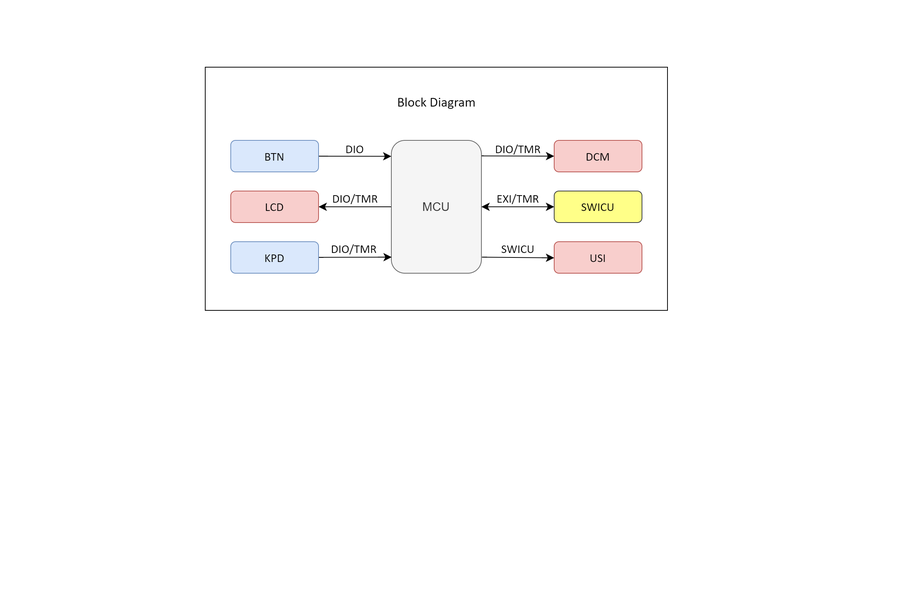
Earlier version of the draw.io export Documents/Diagrams/Block Diagram/Obstacle Avoidance Car - Block Diagram.png (AbdelrhmanWalaa/Obstacle-Avoidance-Car). Source tidied: cells renumbered, new cells last; positions are measured from the earlier drawing's top-left corner, leaving out a move shared by most shapes.
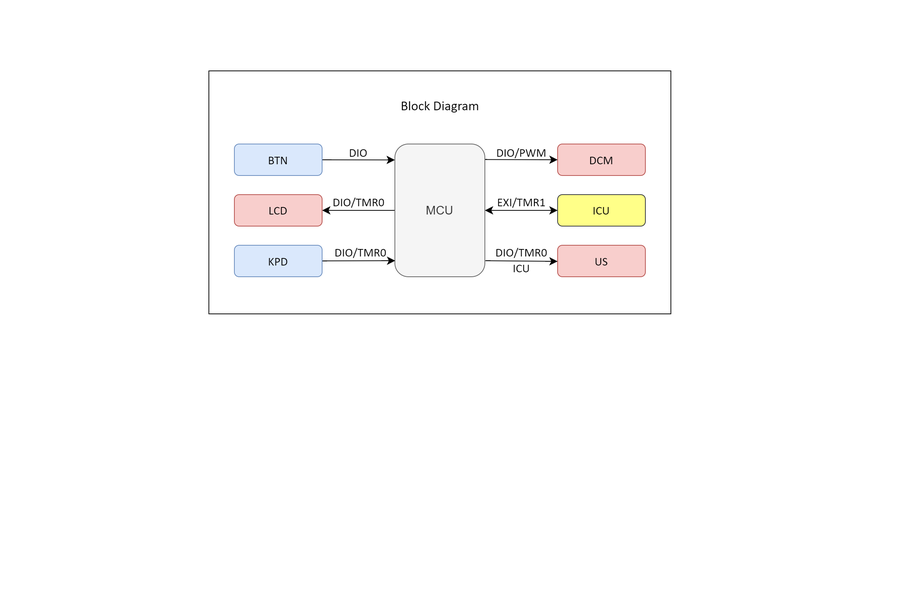
Later version of the same file.

What changed in the source:
```diff
@@ -29,7 +29,7 @@
     <mxCell id="10" value="&lt;font face=&quot;Calibri&quot;&gt;KPD&lt;/font&gt;" style="rounded=1;whiteSpace=wrap;html=1;fontSize=16;fillColor=#dae8fc;strokeColor=#6c8ebf;" parent="1" vertex="1">
       <mxGeometry x="34" y="232.5" width="117" height="42" as="geometry" />
     </mxCell>
-    <mxCell id="11" value="&lt;font face=&quot;Calibri&quot;&gt;SWICU&lt;/font&gt;" style="rounded=1;whiteSpace=wrap;html=1;fontSize=16;fillColor=#ffff88;strokeColor=#36393d;" parent="1" vertex="1">
+    <mxCell id="11" value="&lt;font face=&quot;Calibri&quot;&gt;ICU&lt;/font&gt;" style="rounded=1;whiteSpace=wrap;html=1;fontSize=16;fillColor=#ffff88;strokeColor=#36393d;" parent="1" vertex="1">
       <mxGeometry x="465" y="165" width="117" height="42" as="geometry" />
     </mxCell>
     <mxCell id="12" style="endArrow=classic;startArrow=classic;html=1;rounded=0;fontSize=12;startSize=8;endSize=8;curved=1;exitX=1;exitY=0.5;exitDx=0;exitDy=0;entryX=0;entryY=0.5;entryDx=0;entryDy=0;" parent="1" edge="1" source="4" target="11">
@@ -44,13 +44,13 @@
     <mxCell id="14" value="&lt;font face=&quot;Calibri&quot;&gt;LCD&lt;/font&gt;" style="rounded=1;whiteSpace=wrap;html=1;fontSize=16;fillColor=#f8cecc;strokeColor=#b85450;" parent="1" vertex="1">
       <mxGeometry x="34" y="165" width="117" height="42" as="geometry" />
     </mxCell>
-    <mxCell id="15" value="&lt;font face=&quot;Calibri&quot;&gt;DIO/TMR&lt;/font&gt;" style="text;html=1;strokeColor=none;fillColor=none;align=center;verticalAlign=middle;whiteSpace=wrap;rounded=0;fontSize=16;" parent="1" vertex="1">
+    <mxCell id="15" value="&lt;font face=&quot;Calibri&quot;&gt;DIO/TMR0&lt;/font&gt;" style="text;html=1;strokeColor=none;fillColor=none;align=center;verticalAlign=middle;whiteSpace=wrap;rounded=0;fontSize=16;" parent="1" vertex="1">
       <mxGeometry x="169.5" y="160" width="60" height="30" as="geometry" />
     </mxCell>
-    <mxCell id="16" value="&lt;span style=&quot;color: rgb(0, 0, 0); font-family: Calibri; font-size: 16px; font-style: normal; font-variant-ligatures: normal; font-variant-caps: normal; font-weight: 400; letter-spacing: normal; orphans: 2; text-align: center; text-indent: 0px; text-transform: none; widows: 2; word-spacing: 0px; -webkit-text-stroke-width: 0px; background-color: rgb(255, 255, 255); text-decoration-thickness: initial; text-decoration-style: initial; text-decoration-color: initial; float: none; display: inline !important;&quot;&gt;DIO/TMR&lt;/span&gt;" style="text;whiteSpace=wrap;html=1;fontSize=16;" parent="1" vertex="1">
+    <mxCell id="16" value="&lt;span style=&quot;color: rgb(0, 0, 0); font-family: Calibri; font-size: 16px; font-style: normal; font-variant-ligatures: normal; font-variant-caps: normal; font-weight: 400; letter-spacing: normal; orphans: 2; text-align: center; text-indent: 0px; text-transform: none; widows: 2; word-spacing: 0px; -webkit-text-stroke-width: 0px; background-color: rgb(255, 255, 255); text-decoration-thickness: initial; text-decoration-style: initial; text-decoration-color: initial; float: none; display: inline !important;&quot;&gt;DIO/TMR0&lt;/span&gt;" style="text;whiteSpace=wrap;html=1;fontSize=16;" parent="1" vertex="1">
       <mxGeometry x="166" y="226" width="67" height="31" as="geometry" />
     </mxCell>
-    <mxCell id="17" value="&lt;font face=&quot;Calibri&quot;&gt;EXI/TMR&lt;/font&gt;" style="text;html=1;strokeColor=none;fillColor=none;align=center;verticalAlign=middle;whiteSpace=wrap;rounded=0;fontSize=16;" parent="1" vertex="1">
+    <mxCell id="17" value="&lt;font face=&quot;Calibri&quot;&gt;EXI/TMR1&lt;/font&gt;" style="text;html=1;strokeColor=none;fillColor=none;align=center;verticalAlign=middle;whiteSpace=wrap;rounded=0;fontSize=16;" parent="1" vertex="1">
       <mxGeometry x="387" y="160" width="60" height="30" as="geometry" />
     </mxCell>
     <mxCell id="18" value="&lt;font face=&quot;Calibri&quot;&gt;DCM&lt;/font&gt;" style="rounded=1;whiteSpace=wrap;html=1;fontSize=16;fillColor=#f8cecc;strokeColor=#b85450;" parent="1" vertex="1">
@@ -61,10 +61,10 @@
         <mxPoint x="368.5" y="118.2" as="sourcePoint" />
       </mxGeometry>
     </mxCell>
-    <mxCell id="20" value="&lt;font face=&quot;Calibri&quot;&gt;DIO/TMR&lt;/font&gt;" style="text;html=1;strokeColor=none;fillColor=none;align=center;verticalAlign=middle;whiteSpace=wrap;rounded=0;fontSize=16;" parent="1" vertex="1">
+    <mxCell id="20" value="&lt;font face=&quot;Calibri&quot;&gt;DIO/PWM&lt;/font&gt;" style="text;html=1;strokeColor=none;fillColor=none;align=center;verticalAlign=middle;whiteSpace=wrap;rounded=0;fontSize=16;" parent="1" vertex="1">
       <mxGeometry x="387" y="94" width="60" height="30" as="geometry" />
     </mxCell>
-    <mxCell id="21" value="&lt;font face=&quot;Calibri&quot;&gt;USI&lt;/font&gt;" style="rounded=1;whiteSpace=wrap;html=1;fontSize=16;fillColor=#f8cecc;strokeColor=#b85450;" parent="1" vertex="1">
+    <mxCell id="21" value="&lt;font face=&quot;Calibri&quot;&gt;US&lt;/font&gt;" style="rounded=1;whiteSpace=wrap;html=1;fontSize=16;fillColor=#f8cecc;strokeColor=#b85450;" parent="1" vertex="1">
       <mxGeometry x="465" y="232.5" width="117" height="42" as="geometry" />
     </mxCell>
     <mxCell id="22" style="edgeStyle=none;curved=1;rounded=0;jettySize=auto;html=1;fontSize=12;startSize=8;endSize=8;entryX=0;entryY=0.512;entryDx=0;entryDy=0;entryPerimeter=0;" parent="1" edge="1" target="21">
@@ -72,8 +72,11 @@
         <mxPoint x="368.8" y="253.1" as="sourcePoint" />
       </mxGeometry>
     </mxCell>
-    <mxCell id="23" value="&lt;font face=&quot;Calibri&quot;&gt;SWICU&lt;/font&gt;" style="text;html=1;strokeColor=none;fillColor=none;align=center;verticalAlign=middle;whiteSpace=wrap;rounded=0;fontSize=16;" parent="1" vertex="1">
+    <mxCell id="23" value="&lt;font face=&quot;Calibri&quot;&gt;DIO/TMR0&lt;/font&gt;" style="text;html=1;strokeColor=none;fillColor=none;align=center;verticalAlign=middle;whiteSpace=wrap;rounded=0;fontSize=16;" parent="1" vertex="1">
       <mxGeometry x="387" y="227" width="60" height="30" as="geometry" />
     </mxCell>
+    <mxCell id="24" value="&lt;font face=&quot;Calibri&quot;&gt;ICU&lt;/font&gt;" style="text;html=1;strokeColor=none;fillColor=none;align=center;verticalAlign=middle;whiteSpace=wrap;rounded=0;fontSize=16;" parent="1" vertex="1">
+      <mxGeometry x="387" y="248" width="60" height="30" as="geometry" />
+    </mxCell>
   </root>
 </mxGraphModel>
```
